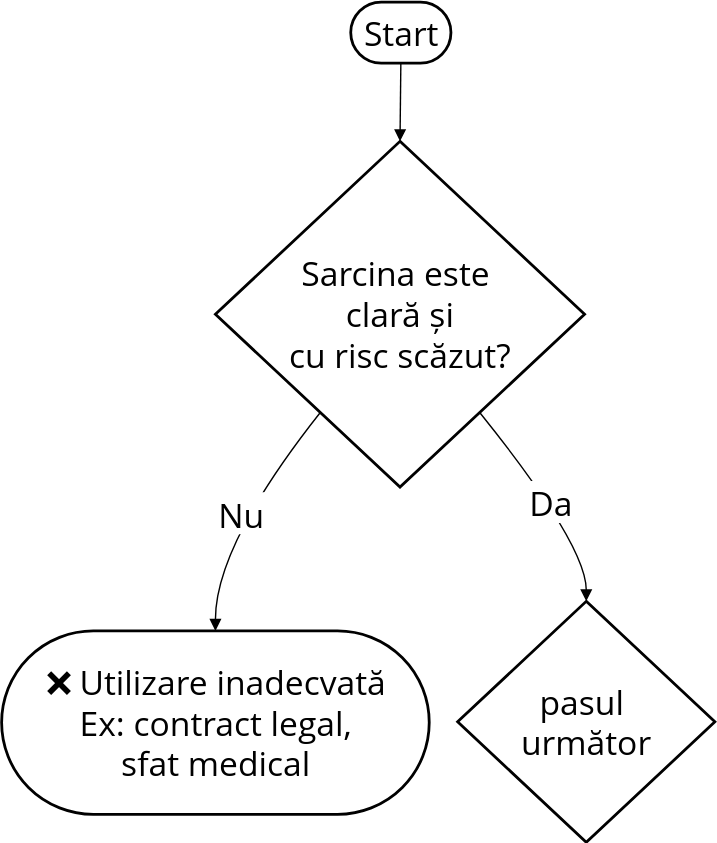
CozminaSecula/01-fundamente-si-riscuri keeps this draw.io diagram as assets/imagini/1_diagram.svg. Above is the earlier version. Source tidied: cells renumbered, new cells last; positions are measured from the earlier drawing's top-left corner, leaving out a move shared by most shapes. The source it was exported from:
```xml
<mxGraphModel>
  <root>
    <mxCell id="0" />
    <mxCell id="1" parent="0" />
    <mxCell id="2" style="group;fontFamily=Open Sans;fontSize=24;" parent="1" vertex="1">
      <mxGeometry x="39" width="470" height="600" as="geometry" />
    </mxCell>
    <mxCell id="3" value="Start" style="rounded=1;whiteSpace=wrap;arcSize=50;strokeWidth=2;fontFamily=Open Sans;fontSize=24;" parent="2" vertex="1">
      <mxGeometry x="209.9" width="71.6" height="43.6" as="geometry" />
    </mxCell>
    <mxCell id="4" value="Sarcina este &#10;clară și &#10;cu risc scăzut?" style="rhombus;strokeWidth=2;whiteSpace=wrap;fontFamily=Open Sans;fontSize=24;" parent="2" vertex="1">
      <mxGeometry x="113.3" y="99.4" width="263.6" height="246.9" as="geometry" />
    </mxCell>
    <mxCell id="5" value="❌ Utilizare inadecvată&#10;Ex: contract legal,&#10; sfat medical" style="rounded=1;whiteSpace=wrap;arcSize=50;strokeWidth=2;fontFamily=Open Sans;fontSize=24;" parent="2" vertex="1">
      <mxGeometry x="-39.4" y="449" width="305.4" height="131" as="geometry" />
    </mxCell>
    <mxCell id="6" value="pasul &#10;următor" style="rhombus;strokeWidth=2;whiteSpace=wrap;fontFamily=Open Sans;fontSize=24;" parent="2" vertex="1">
      <mxGeometry x="286.3" y="427.9" width="183.7" height="172.1" as="geometry" />
    </mxCell>
    <mxCell id="7" style="curved=1;startArrow=none;endArrow=block;exitX=0.5;exitY=1;entryX=0.5;entryY=0;rounded=0;fontFamily=Open Sans;fontSize=24;" parent="2" edge="1" source="3" target="4">
      <mxGeometry relative="1" as="geometry" />
    </mxCell>
    <mxCell id="8" value="Nu" style="curved=1;startArrow=none;endArrow=block;exitX=0.12;exitY=1;entryX=0.5;entryY=0;rounded=0;fontFamily=Open Sans;fontSize=24;" parent="2" edge="1" source="4" target="5">
      <mxGeometry relative="1" as="geometry">
        <Array as="points">
          <mxPoint x="113.3" y="387.7" />
        </Array>
      </mxGeometry>
    </mxCell>
    <mxCell id="9" value="Da" style="curved=1;startArrow=none;endArrow=block;exitX=0.88;exitY=1;entryX=0.5;entryY=0;rounded=0;fontFamily=Open Sans;fontSize=24;" parent="2" edge="1" source="4" target="6">
      <mxGeometry relative="1" as="geometry">
        <Array as="points">
          <mxPoint x="378.1" y="387.7" />
        </Array>
      </mxGeometry>
    </mxCell>
  </root>
</mxGraphModel>
```
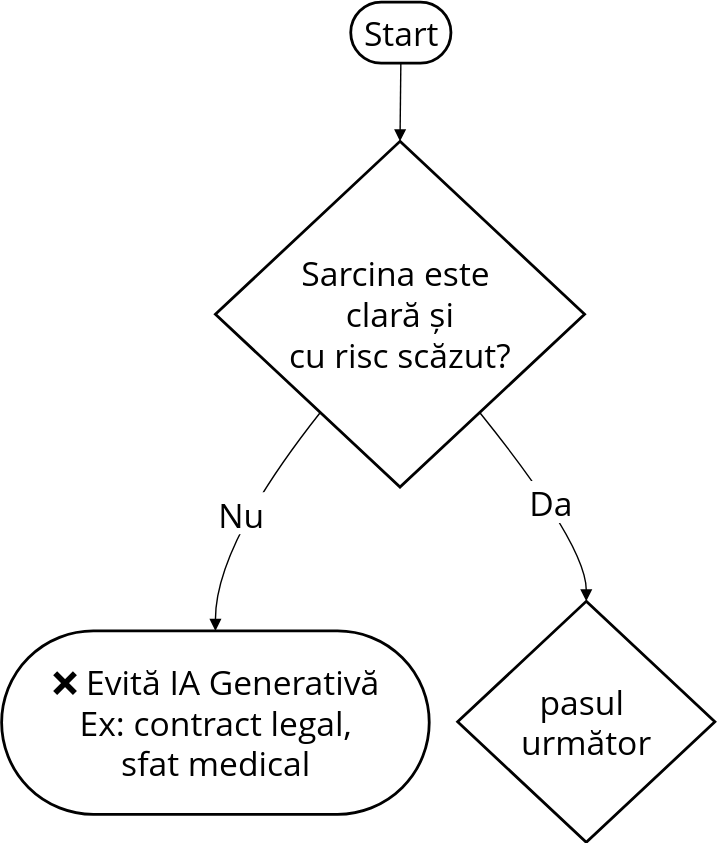
After the change.

Commit message:
Refine guidance on using Generative AI: clarify evaluation criteria and improve flowchart labels for better understanding

Change to the diagram source:
```diff
@@ -11,7 +11,7 @@
     <mxCell id="4" value="Sarcina este &#10;clară și &#10;cu risc scăzut?" style="rhombus;strokeWidth=2;whiteSpace=wrap;fontFamily=Open Sans;fontSize=24;" parent="2" vertex="1">
       <mxGeometry x="113.3" y="99.4" width="263.6" height="246.9" as="geometry" />
     </mxCell>
-    <mxCell id="5" value="❌ Utilizare inadecvată&#10;Ex: contract legal,&#10; sfat medical" style="rounded=1;whiteSpace=wrap;arcSize=50;strokeWidth=2;fontFamily=Open Sans;fontSize=24;" parent="2" vertex="1">
+    <mxCell id="5" value="❌ Evită IA Generativă&#10;Ex: contract legal,&#10; sfat medical" style="rounded=1;whiteSpace=wrap;arcSize=50;strokeWidth=2;fontFamily=Open Sans;fontSize=24;" parent="2" vertex="1">
       <mxGeometry x="-39.4" y="449" width="305.4" height="131" as="geometry" />
     </mxCell>
     <mxCell id="6" value="pasul &#10;următor" style="rhombus;strokeWidth=2;whiteSpace=wrap;fontFamily=Open Sans;fontSize=24;" parent="2" vertex="1">
```
